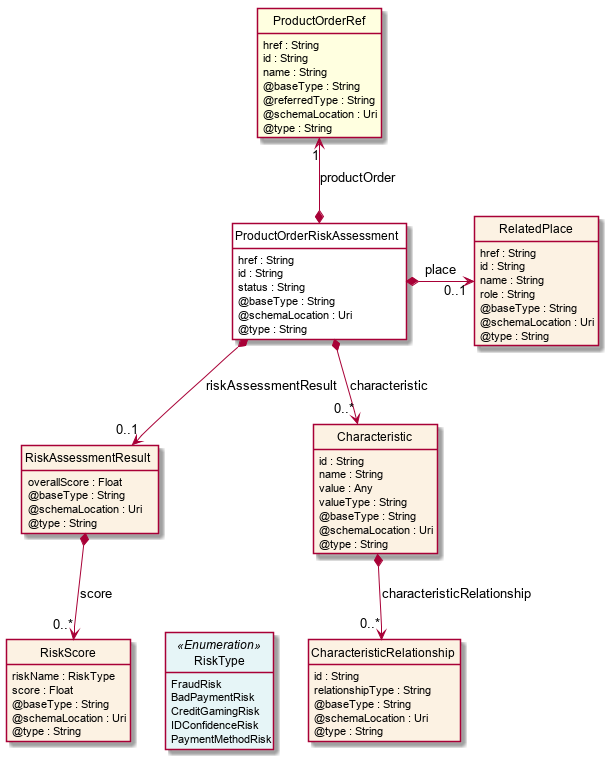
Before: apis/TMF696_Risk_Management/documentation/diagrams/Resource_ProductOrderRiskAssessment.png, a diagram exported from PlantUML (tmforum-apis/Open_Api_And_Data_Model).
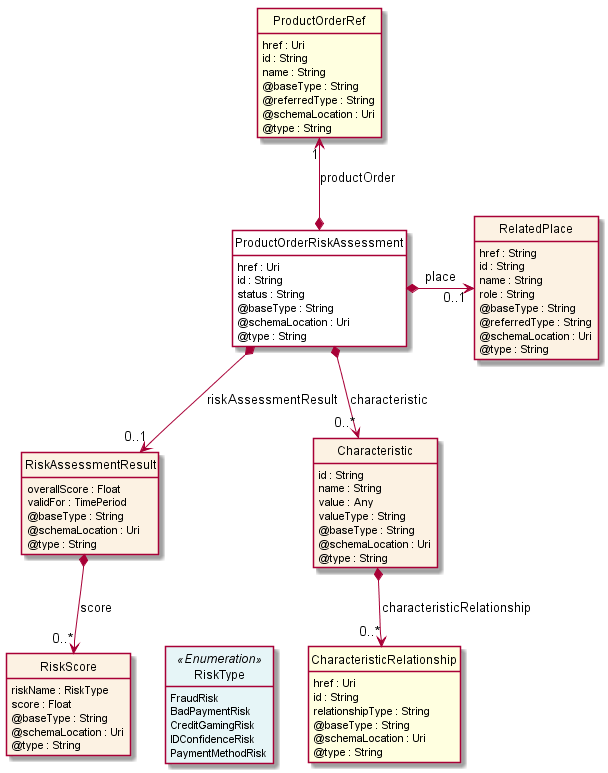
Above is the later version.

What changed in the source:
```diff
@@ -11,7 +11,7 @@
 }
 
 class ProductOrderRiskAssessment  <<Pivot>> {
-    href : String
+    href : Uri
     id : String
     status : String
     @baseType : String
@@ -21,6 +21,7 @@
 
 class RiskAssessmentResult  {
     overallScore : Float
+    validFor : TimePeriod
     @baseType : String
     @schemaLocation : Uri
     @type : String
@@ -43,7 +44,7 @@
 }
 
 class ProductOrderRef  <<Ref>> {
-    href : String
+    href : Uri
     id : String
     name : String
     @baseType : String
@@ -58,6 +59,7 @@
     name : String
     role : String
     @baseType : String
+    @referredType : String
     @schemaLocation : Uri
     @type : String
 }
@@ -72,7 +74,8 @@
     @type : String
 }
 
-class CharacteristicRelationship  {
+class CharacteristicRelationship  <<Ref>> {
+    href : Uri
     id : String
     relationshipType : String
     @baseType : String
```
